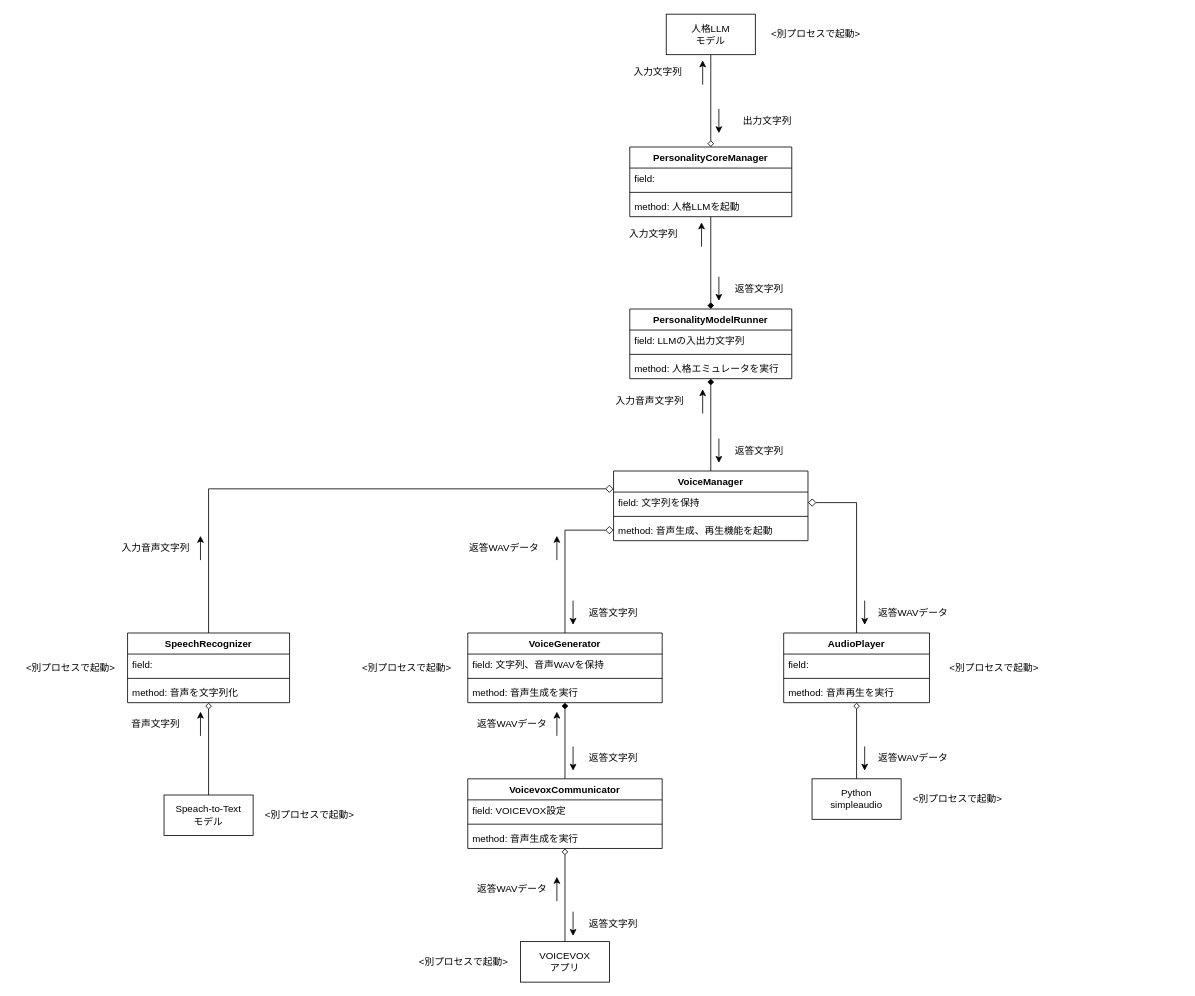
Above: page "概要クラス図_現状" (3 of 3) of document/system/architecture.drawio in CodeneAria/PersonalityEmulator (draw.io), before the change. Source tidied: cells renumbered, new cells numbered last; positions are measured from the earlier drawing's top-left corner, leaving out a move shared by most shapes. Both pictures are drawn from the tidied source at 81%, with x=0, y=0 at pixel (14, 14).
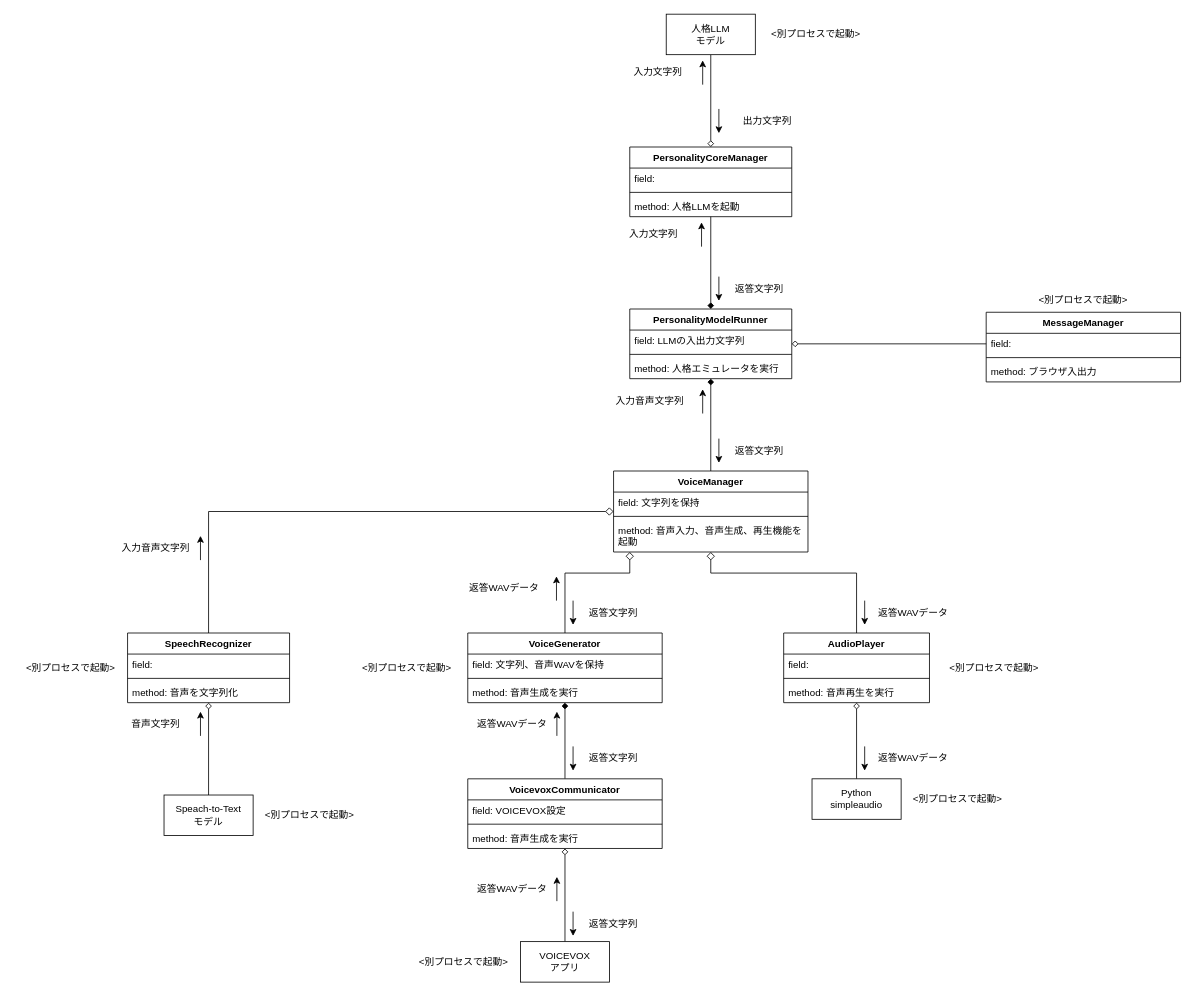
Above is the later version.

Unchanged cells that the change refers to:
```xml
<mxCell id="2" value="PersonalityModelRunner" style="swimlane;fontStyle=1;align=center;verticalAlign=top;horizontal=1;startSize=26;whiteSpace=wrap;html=1;" parent="1" vertex="1">
  <mxGeometry x="760" y="364" width="200" height="86" as="geometry" />
</mxCell>
<mxCell id="16" value="field: 文字列を保持" style="text;strokeColor=none;fillColor=none;align=left;verticalAlign=top;spacingLeft=4;spacingRight=4;overflow=hidden;points=[[0,0.5],[1,0.5]];portConstraint=eastwest;whiteSpace=wrap;html=1;" parent="15" vertex="1">
  <mxGeometry y="26" width="240" height="26" as="geometry" />
</mxCell>
<mxCell id="25" value="VoiceGenerator" style="swimlane;fontStyle=1;align=center;verticalAlign=top;horizontal=1;startSize=26;whiteSpace=wrap;html=1;" parent="1" vertex="1">
  <mxGeometry x="560" y="764" width="240" height="86" as="geometry" />
</mxCell>
<mxCell id="30" value="AudioPlayer" style="swimlane;fontStyle=1;align=center;verticalAlign=top;horizontal=1;startSize=26;whiteSpace=wrap;html=1;" parent="1" vertex="1">
  <mxGeometry x="950" y="764" width="180" height="86" as="geometry" />
</mxCell>
<mxCell id="66" value="SpeechRecognizer" style="swimlane;fontStyle=1;align=center;verticalAlign=top;horizontal=1;startSize=26;whiteSpace=wrap;html=1;" parent="1" vertex="1">
  <mxGeometry x="140" y="764" width="200" height="86" as="geometry" />
</mxCell>
```

What changed in the source:
```diff
@@
     <mxCell id="15" value="VoiceManager" style="swimlane;fontStyle=1;align=center;verticalAlign=top;horizontal=1;startSize=26;whiteSpace=wrap;html=1;" parent="1" vertex="1">
-      <mxGeometry x="740" y="564" width="240" height="86" as="geometry" />
+      <mxGeometry x="740" y="564" width="240" height="100" as="geometry" />
     </mxCell>
@@
-    <mxCell id="18" value="method: 音声生成、再生機能を起動" style="text;strokeColor=none;fillColor=none;align=left;verticalAlign=top;spacingLeft=4;spacingRight=4;overflow=hidden;points=[[0,0.5],[1,0.5]];portConstraint=eastwest;whiteSpace=wrap;html=1;" parent="15" vertex="1">
-      <mxGeometry y="60" width="240" height="26" as="geometry" />
+    <mxCell id="18" value="method: 音声入力、音声生成、再生機能を起動" style="text;strokeColor=none;fillColor=none;align=left;verticalAlign=top;spacingLeft=4;spacingRight=4;overflow=hidden;points=[[0,0.5],[1,0.5]];portConstraint=eastwest;whiteSpace=wrap;html=1;" parent="15" vertex="1">
+      <mxGeometry y="60" width="240" height="40" as="geometry" />
     </mxCell>
@@
-    <mxCell id="29" style="edgeStyle=elbowEdgeStyle;elbow=vertical;endArrow=diamond;html=1;curved=0;rounded=0;endSize=8;startSize=8;endFill=0;entryX=0;entryY=0.5;entryDx=0;entryDy=0;exitX=0.5;exitY=0;exitDx=0;exitDy=0;" parent="1" edge="1" source="25" target="18">
+    <mxCell id="29" style="edgeStyle=elbowEdgeStyle;elbow=vertical;endArrow=diamond;html=1;curved=0;rounded=0;endSize=8;startSize=8;endFill=0;exitX=0.5;exitY=0;exitDx=0;exitDy=0;" parent="1" edge="1" source="25" target="15">
       <mxGeometry relative="1" as="geometry">
         <Array as="points">
-          <mxPoint x="710" y="637" />
+          <mxPoint x="760" y="690" />
+          <mxPoint x="740" y="690" />
         </Array>
       </mxGeometry>
     </mxCell>
@@
-    <mxCell id="34" style="edgeStyle=elbowEdgeStyle;elbow=vertical;endArrow=diamond;html=1;curved=0;rounded=0;endSize=8;startSize=8;endFill=0;exitX=0.5;exitY=0;exitDx=0;exitDy=0;entryX=1;entryY=0.5;entryDx=0;entryDy=0;" parent="1" edge="1" source="30" target="16">
+    <mxCell id="34" style="edgeStyle=elbowEdgeStyle;elbow=vertical;endArrow=diamond;html=1;curved=0;rounded=0;endSize=8;startSize=8;endFill=0;exitX=0.5;exitY=0;exitDx=0;exitDy=0;" parent="1" edge="1" source="30" target="15">
       <mxGeometry relative="1" as="geometry">
         <Array as="points">
-          <mxPoint x="1030" y="603" />
+          <mxPoint x="990" y="690" />
         </Array>
       </mxGeometry>
     </mxCell>
@@
     <mxCell id="39" style="endArrow=classic;html=1;" parent="1" edge="1">
       <mxGeometry relative="1" as="geometry">
-        <mxPoint x="670" y="674" as="sourcePoint" />
-        <mxPoint x="670" y="644" as="targetPoint" />
+        <mxPoint x="669.5" y="724" as="sourcePoint" />
+        <mxPoint x="669.5" y="694" as="targetPoint" />
       </mxGeometry>
     </mxCell>
     <mxCell id="40" value="返答WAVデータ" style="text;html=1;align=center;verticalAlign=middle;whiteSpace=wrap;rounded=0;" parent="1" vertex="1">
-      <mxGeometry x="550" y="644" width="110" height="30" as="geometry" />
+      <mxGeometry x="549.5" y="694" width="110" height="30" as="geometry" />
     </mxCell>
@@
-    <mxCell id="70" style="edgeStyle=elbowEdgeStyle;elbow=vertical;endArrow=diamond;html=1;curved=0;rounded=0;endSize=8;startSize=8;entryX=0;entryY=0.25;entryDx=0;entryDy=0;endFill=0;" parent="1" edge="1" source="66" target="15">
+    <mxCell id="70" style="edgeStyle=elbowEdgeStyle;elbow=vertical;endArrow=diamond;html=1;curved=0;rounded=0;endSize=8;startSize=8;endFill=0;" parent="1" edge="1" source="66">
       <mxGeometry relative="1" as="geometry">
+        <mxPoint x="740" y="614" as="targetPoint" />
         <Array as="points">
-          <mxPoint x="510" y="586" />
+          <mxPoint x="510" y="614" />
         </Array>
       </mxGeometry>
     </mxCell>
@@
+    <mxCell id="83" value="MessageManager" style="swimlane;fontStyle=1;align=center;verticalAlign=top;horizontal=1;startSize=26;whiteSpace=wrap;html=1;" parent="1" vertex="1">
+      <mxGeometry x="1200" y="368" width="240" height="86" as="geometry" />
+    </mxCell>
+    <mxCell id="84" value="field:" style="text;strokeColor=none;fillColor=none;align=left;verticalAlign=top;spacingLeft=4;spacingRight=4;overflow=hidden;points=[[0,0.5],[1,0.5]];portConstraint=eastwest;whiteSpace=wrap;html=1;" parent="83" vertex="1">
+      <mxGeometry y="26" width="240" height="26" as="geometry" />
+    </mxCell>
+    <mxCell id="85" style="line;strokeWidth=1;fillColor=none;align=left;verticalAlign=middle;spacingTop=-1;spacingLeft=3;spacingRight=3;labelPosition=right;strokeColor=inherit;" parent="83" vertex="1">
+      <mxGeometry y="52" width="240" height="8" as="geometry" />
+    </mxCell>
+    <mxCell id="86" value="method: ブラウザ入出力" style="text;strokeColor=none;fillColor=none;align=left;verticalAlign=top;spacingLeft=4;spacingRight=4;overflow=hidden;whiteSpace=wrap;html=1;" parent="83" vertex="1">
+      <mxGeometry y="60" width="240" height="26" as="geometry" />
+    </mxCell>
+    <mxCell id="87" style="edgeStyle=none;html=1;exitX=0;exitY=0.5;exitDx=0;exitDy=0;endArrow=diamond;endFill=0;" parent="1" edge="1" source="84" target="2">
+      <mxGeometry relative="1" as="geometry" />
+    </mxCell>
+    <mxCell id="88" value="&amp;lt;別プロセスで起動&amp;gt;" style="text;html=1;align=center;verticalAlign=middle;whiteSpace=wrap;rounded=0;" parent="1" vertex="1">
+      <mxGeometry x="1250" y="338" width="140" height="30" as="geometry" />
+    </mxCell>
```
